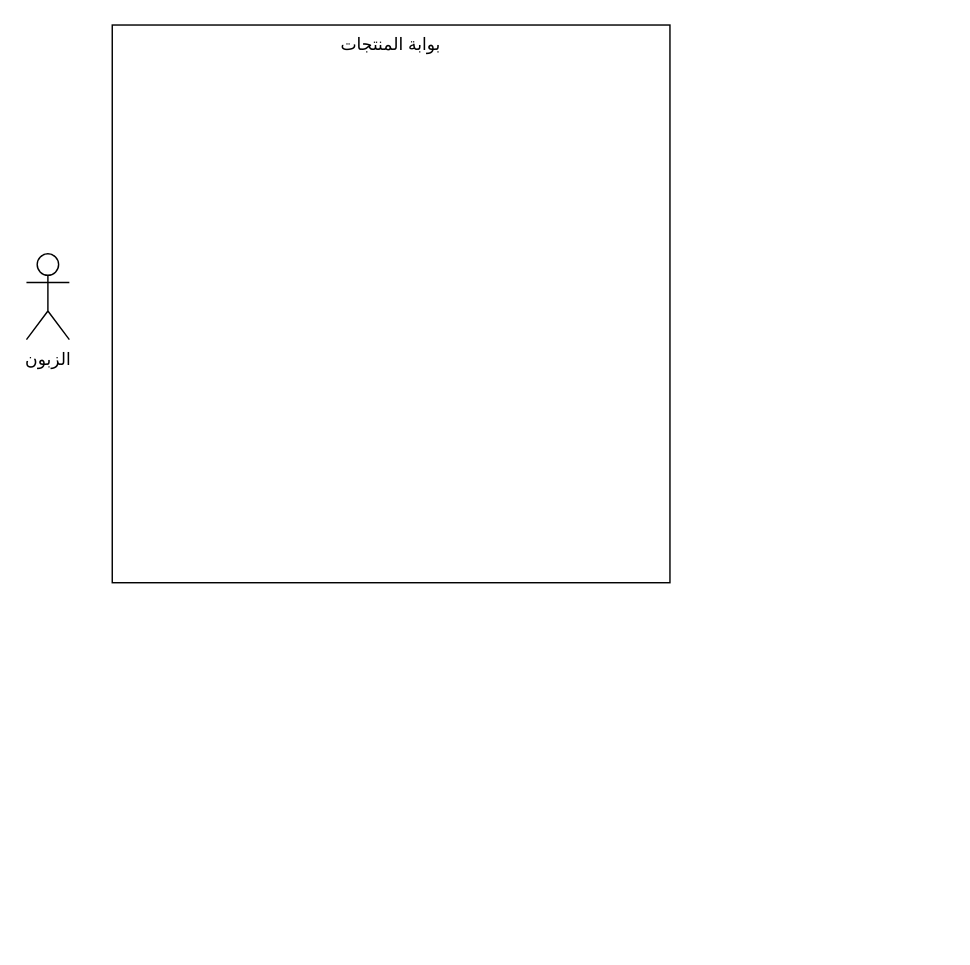
anaslaham/AlanWalker keeps this draw.io diagram as SVU hw.drawio. Above is the earlier version. Source tidied: cells renumbered, new cells numbered last; positions are measured from the earlier drawing's top-left corner, leaving out a move shared by most shapes. Both pictures are drawn from the tidied source at 143%, with x=0, y=0 at pixel (26, 24).
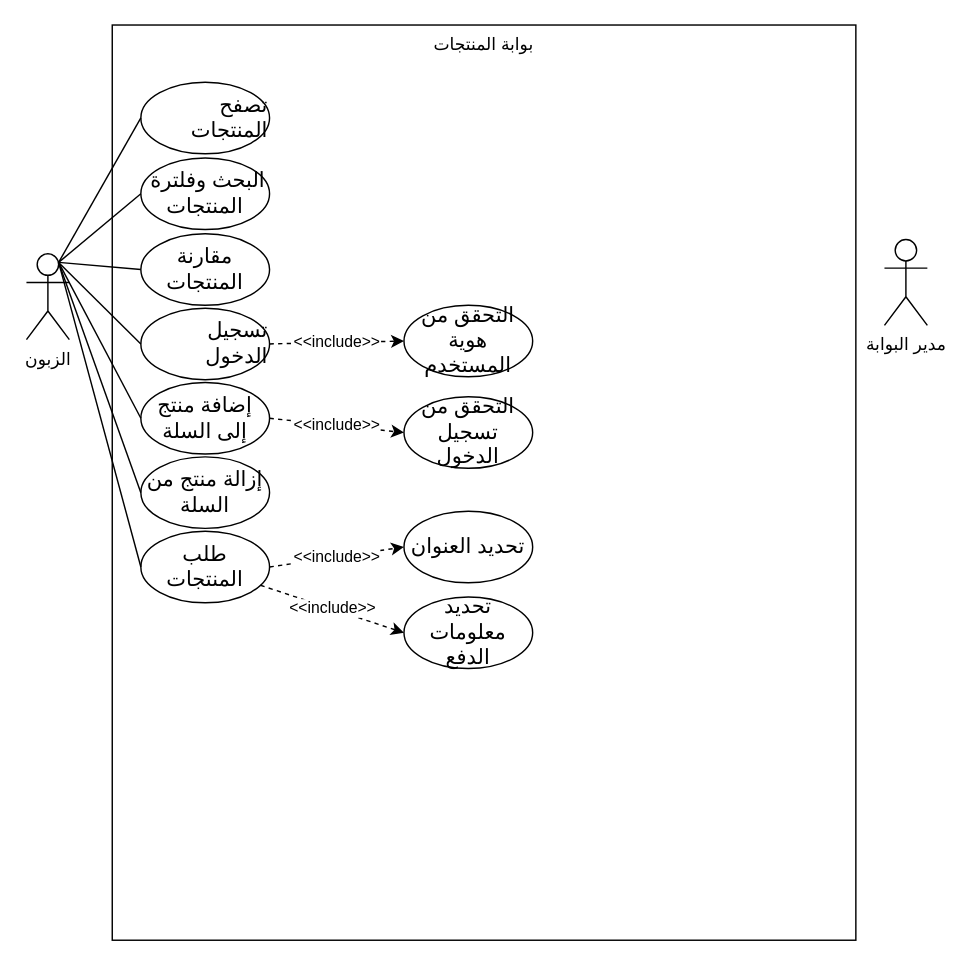
After the change.

Unchanged cells that the change refers to:
```xml
<mxCell id="2" value="الزبون" style="shape=umlActor;verticalLabelPosition=bottom;verticalAlign=top;html=1;outlineConnect=0;" parent="1" vertex="1">
  <mxGeometry y="160" width="30" height="60" as="geometry" />
</mxCell>
```

What changed in the source:
```diff
@@
     <mxCell id="3" value="بوابة المنتجات" style="whiteSpace=wrap;html=1;verticalAlign=top;" parent="1" vertex="1">
-      <mxGeometry x="60" width="390" height="390" as="geometry" />
+      <mxGeometry x="60" width="520" height="640" as="geometry" />
     </mxCell>
+    <mxCell id="4" value="مدير البوابة" style="shape=umlActor;verticalLabelPosition=bottom;verticalAlign=top;html=1;" parent="1" vertex="1">
+      <mxGeometry x="600" y="150" width="30" height="60" as="geometry" />
+    </mxCell>
+    <mxCell id="5" value="&lt;div style=&quot;text-align: right;&quot;&gt;&lt;div&gt;&lt;font face=&quot;Arial&quot;&gt;&lt;span style=&quot;font-size: 14.6667px;&quot;&gt;تصفح المنتجات&lt;/span&gt;&lt;/font&gt;&lt;/div&gt;&lt;/div&gt;" style="ellipse;whiteSpace=wrap;html=1;" parent="1" vertex="1">
+      <mxGeometry x="80" y="40" width="90" height="50" as="geometry" />
+    </mxCell>
+    <mxCell id="6" value="&lt;div style=&quot;&quot;&gt;&lt;div&gt;&lt;font face=&quot;Arial&quot;&gt;&lt;span style=&quot;font-size: 14.6667px;&quot;&gt;البحث وفلترة&amp;nbsp; المنتجات&lt;/span&gt;&lt;/font&gt;&lt;/div&gt;&lt;/div&gt;" style="ellipse;whiteSpace=wrap;html=1;align=center;" parent="1" vertex="1">
+      <mxGeometry x="80" y="93" width="90" height="50" as="geometry" />
+    </mxCell>
+    <mxCell id="7" value="&lt;div style=&quot;&quot;&gt;&lt;div&gt;&lt;font face=&quot;Arial&quot;&gt;&lt;span style=&quot;font-size: 14.6667px;&quot;&gt;مقارنة المنتجات&lt;/span&gt;&lt;/font&gt;&lt;/div&gt;&lt;/div&gt;" style="ellipse;whiteSpace=wrap;html=1;align=center;" parent="1" vertex="1">
+      <mxGeometry x="80" y="146" width="90" height="50" as="geometry" />
+    </mxCell>
+    <mxCell id="8" style="endArrow=none;html=1;rounded=0;exitX=0.75;exitY=0.1;exitDx=0;exitDy=0;exitPerimeter=0;entryX=0;entryY=0.5;entryDx=0;entryDy=0;" parent="1" edge="1" source="2" target="5">
+      <mxGeometry relative="1" as="geometry" />
+    </mxCell>
+    <mxCell id="9" style="endArrow=none;html=1;rounded=0;exitX=0.75;exitY=0.1;exitDx=0;exitDy=0;exitPerimeter=0;entryX=0;entryY=0.5;entryDx=0;entryDy=0;" parent="1" edge="1" source="2" target="6">
+      <mxGeometry relative="1" as="geometry" />
+    </mxCell>
+    <mxCell id="10" style="endArrow=none;html=1;rounded=0;exitX=0;exitY=0.5;exitDx=0;exitDy=0;entryX=0.75;entryY=0.1;entryDx=0;entryDy=0;entryPerimeter=0;" parent="1" edge="1" source="7" target="2">
+      <mxGeometry relative="1" as="geometry" />
+    </mxCell>
+    <mxCell id="11" value="&lt;div style=&quot;text-align: right;&quot;&gt;&lt;div&gt;&lt;font face=&quot;Arial&quot;&gt;&lt;span style=&quot;font-size: 14.6667px;&quot;&gt;تسجيل الدخول&lt;/span&gt;&lt;/font&gt;&lt;/div&gt;&lt;/div&gt;" style="ellipse;whiteSpace=wrap;html=1;" parent="1" vertex="1">
+      <mxGeometry x="80" y="198" width="90" height="50" as="geometry" />
+    </mxCell>
+    <mxCell id="12" style="endArrow=none;html=1;rounded=0;exitX=0.75;exitY=0.1;exitDx=0;exitDy=0;exitPerimeter=0;entryX=0;entryY=0.5;entryDx=0;entryDy=0;" parent="1" edge="1" source="2" target="11">
+      <mxGeometry relative="1" as="geometry" />
+    </mxCell>
+    <mxCell id="13" value="&lt;div style=&quot;&quot;&gt;&lt;font face=&quot;Arial&quot;&gt;&lt;span style=&quot;font-size: 14.6667px;&quot;&gt;إضافة منتج إلى السلة&lt;/span&gt;&lt;/font&gt;&lt;/div&gt;" style="ellipse;whiteSpace=wrap;html=1;align=center;" parent="1" vertex="1">
+      <mxGeometry x="80" y="250" width="90" height="50" as="geometry" />
+    </mxCell>
+    <mxCell id="14" value="&lt;div style=&quot;&quot;&gt;&lt;font face=&quot;Arial&quot;&gt;&lt;span style=&quot;font-size: 14.6667px;&quot;&gt;إزالة منتج من السلة&lt;/span&gt;&lt;/font&gt;&lt;/div&gt;" style="ellipse;whiteSpace=wrap;html=1;align=center;" parent="1" vertex="1">
+      <mxGeometry x="80" y="302" width="90" height="50" as="geometry" />
+    </mxCell>
+    <mxCell id="15" value="&lt;div style=&quot;&quot;&gt;&lt;font face=&quot;Arial&quot;&gt;&lt;span style=&quot;font-size: 14.6667px;&quot;&gt;طلب المنتجات&lt;/span&gt;&lt;/font&gt;&lt;/div&gt;" style="ellipse;whiteSpace=wrap;html=1;align=center;" parent="1" vertex="1">
+      <mxGeometry x="80" y="354" width="90" height="50" as="geometry" />
+    </mxCell>
+    <mxCell id="16" value="&lt;div style=&quot;&quot;&gt;&lt;font face=&quot;Arial&quot;&gt;&lt;span style=&quot;font-size: 14.6667px;&quot;&gt;تحديد معلومات الدفع&lt;/span&gt;&lt;/font&gt;&lt;/div&gt;" style="ellipse;whiteSpace=wrap;html=1;align=center;" parent="1" vertex="1">
+      <mxGeometry x="264" y="400" width="90" height="50" as="geometry" />
+    </mxCell>
+    <mxCell id="17" value="&lt;div style=&quot;&quot;&gt;&lt;font face=&quot;Arial&quot;&gt;&lt;span style=&quot;font-size: 14.6667px;&quot;&gt;تحديد العنوان&lt;/span&gt;&lt;/font&gt;&lt;/div&gt;" style="ellipse;whiteSpace=wrap;html=1;align=center;" parent="1" vertex="1">
+      <mxGeometry x="264" y="340" width="90" height="50" as="geometry" />
+    </mxCell>
+    <mxCell id="18" value="&lt;div style=&quot;&quot;&gt;&lt;font face=&quot;Arial&quot;&gt;&lt;span style=&quot;font-size: 14.6667px;&quot;&gt;التحقق من تسجيل الدخول&lt;/span&gt;&lt;/font&gt;&lt;/div&gt;" style="ellipse;whiteSpace=wrap;html=1;align=center;" parent="1" vertex="1">
+      <mxGeometry x="264" y="260" width="90" height="50" as="geometry" />
+    </mxCell>
+    <mxCell id="19" value="&amp;lt;&amp;lt;include&amp;gt;&amp;gt;" style="endArrow=classic;html=1;rounded=0;exitX=1;exitY=0.5;exitDx=0;exitDy=0;entryX=0;entryY=0.5;entryDx=0;entryDy=0;dashed=1;" parent="1" edge="1" source="13" target="18">
+      <mxGeometry relative="1" as="geometry" />
+    </mxCell>
+    <mxCell id="20" value="&amp;lt;&amp;lt;include&amp;gt;&amp;gt;" style="endArrow=classic;html=1;rounded=0;exitX=1;exitY=0.5;exitDx=0;exitDy=0;entryX=0;entryY=0.5;entryDx=0;entryDy=0;dashed=1;" parent="1" edge="1" source="15" target="17">
+      <mxGeometry relative="1" as="geometry" />
+    </mxCell>
+    <mxCell id="21" value="&amp;lt;&amp;lt;include&amp;gt;&amp;gt;" style="endArrow=classic;html=1;rounded=0;entryX=0;entryY=0.5;entryDx=0;entryDy=0;dashed=1;" parent="1" edge="1" source="15" target="16">
+      <mxGeometry relative="1" as="geometry" />
+    </mxCell>
+    <mxCell id="22" value="&lt;div style=&quot;&quot;&gt;&lt;font face=&quot;Arial&quot;&gt;&lt;span style=&quot;font-size: 14.6667px;&quot;&gt;التحقق من هوية المستخدم&lt;/span&gt;&lt;/font&gt;&lt;/div&gt;" style="ellipse;whiteSpace=wrap;html=1;align=center;" parent="1" vertex="1">
+      <mxGeometry x="264" y="196" width="90" height="50" as="geometry" />
+    </mxCell>
+    <mxCell id="23" value="&amp;lt;&amp;lt;include&amp;gt;&amp;gt;" style="endArrow=classic;html=1;rounded=0;exitX=1;exitY=0.5;exitDx=0;exitDy=0;entryX=0;entryY=0.5;entryDx=0;entryDy=0;dashed=1;" parent="1" edge="1" source="11" target="22">
+      <mxGeometry relative="1" as="geometry" />
+    </mxCell>
+    <mxCell id="24" style="endArrow=none;html=1;rounded=0;exitX=0.75;exitY=0.1;exitDx=0;exitDy=0;exitPerimeter=0;entryX=0;entryY=0.5;entryDx=0;entryDy=0;" parent="1" edge="1" source="2" target="13">
+      <mxGeometry relative="1" as="geometry" />
+    </mxCell>
+    <mxCell id="25" style="endArrow=none;html=1;rounded=0;exitX=0.75;exitY=0.1;exitDx=0;exitDy=0;exitPerimeter=0;entryX=0;entryY=0.5;entryDx=0;entryDy=0;" parent="1" edge="1" source="2" target="14">
+      <mxGeometry relative="1" as="geometry" />
+    </mxCell>
+    <mxCell id="26" style="endArrow=none;html=1;rounded=0;exitX=0.75;exitY=0.1;exitDx=0;exitDy=0;exitPerimeter=0;entryX=0;entryY=0.5;entryDx=0;entryDy=0;" parent="1" edge="1" source="2" target="15">
+      <mxGeometry relative="1" as="geometry" />
+    </mxCell>
```
